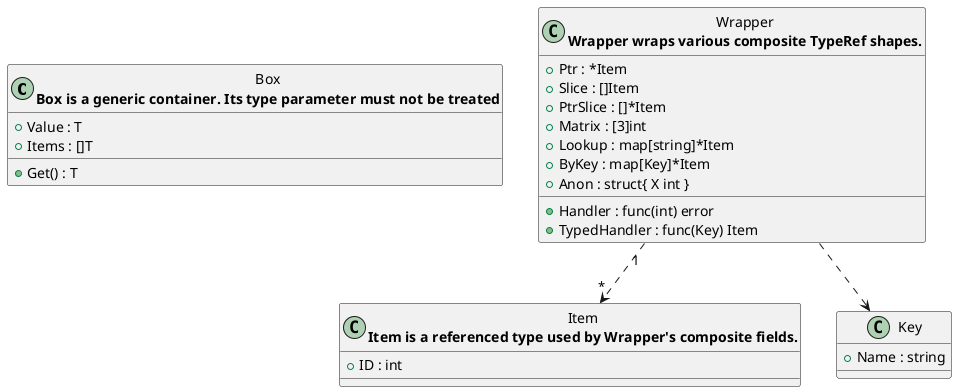
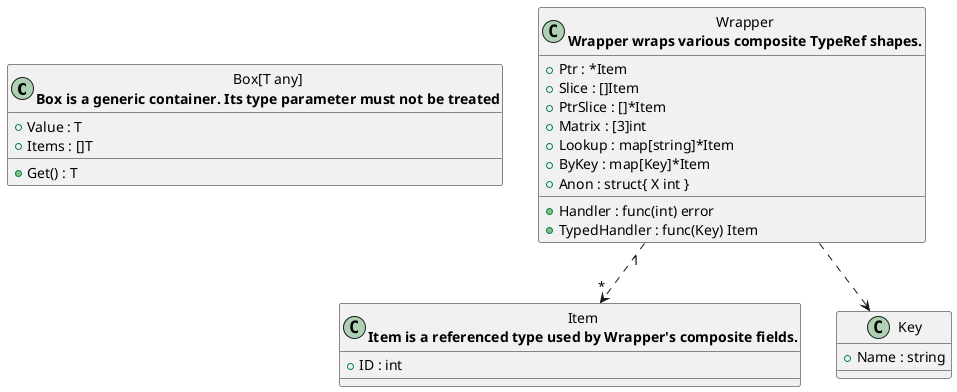
@startuml class-diagram
-     class "Box\n<b>Box is a generic container. Its type parameter must not be treated</b>" as Box {
+     class "Box[T any]\n<b>Box is a generic container. Its type parameter must not be treated</b>" as Box {
        +Value : T
        +Items : []T
        +Get() : T
    }
    class "Item\n<b>Item is a referenced type used by Wrapper's composite fields.</b>" as Item {
        +ID : int
    }
    class "Key" as Key {
        +Name : string
    }
    class "Wrapper\n<b>Wrapper wraps various composite TypeRef shapes.</b>" as Wrapper {
        +Ptr : *Item
        +Slice : []Item
        +PtrSlice : []*Item
        +Matrix : [3]int
        +Lookup : map[string]*Item
        +ByKey : map[Key]*Item
        +Anon : struct{ X int }
        +Handler : func(int) error
        +TypedHandler : func(Key) Item
    }
    Wrapper "1" ..> "*" Item
    Wrapper ..> Key
@enduml
